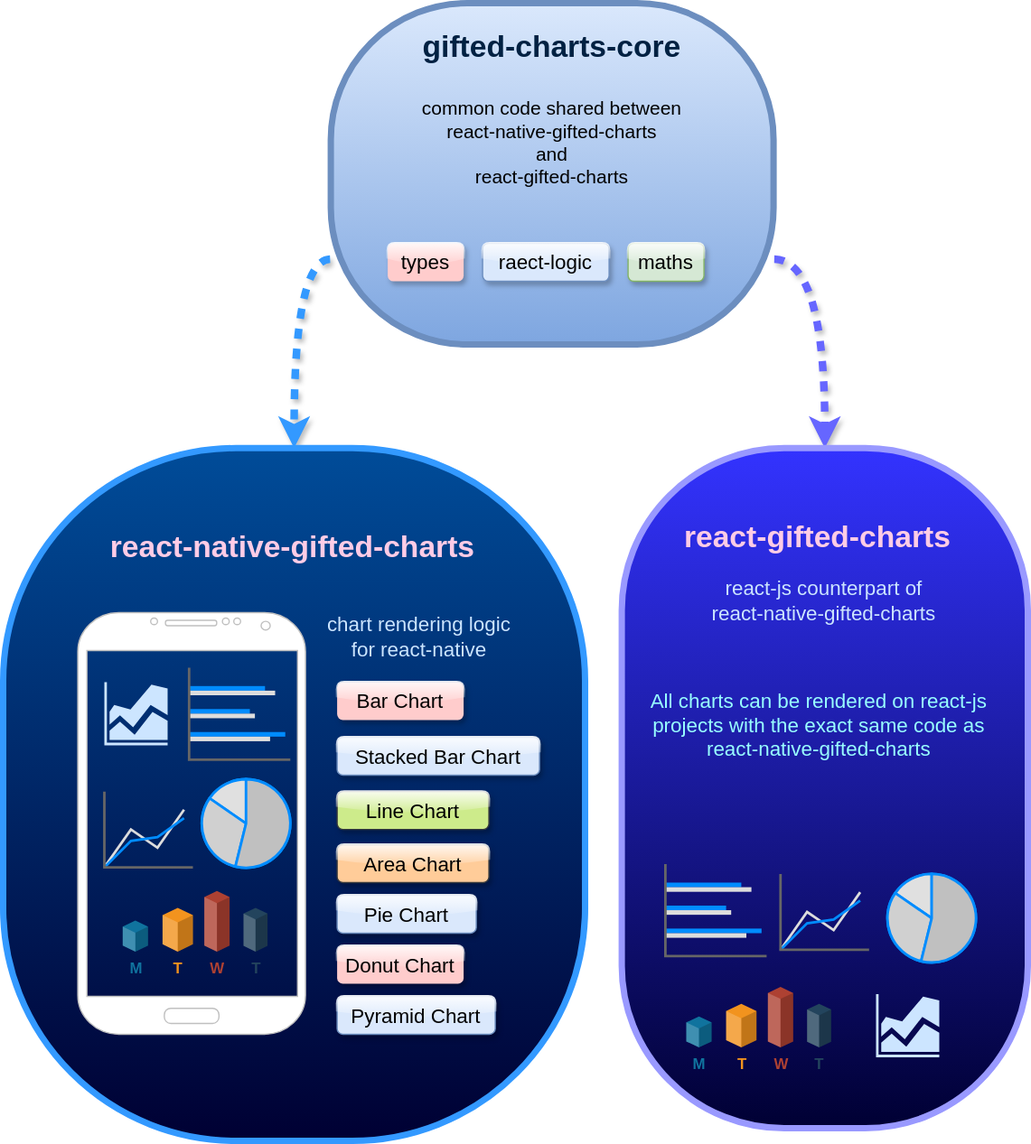
The draw.io diagram docs/dev/gifted-charts-architecture.drawio.svg in Abhinandan-Kushwaha/react-native-gifted-charts, before a commit. Source tidied: cells renumbered, new cells last; positions are measured from the earlier drawing's top-left corner, leaving out a move shared by most shapes.
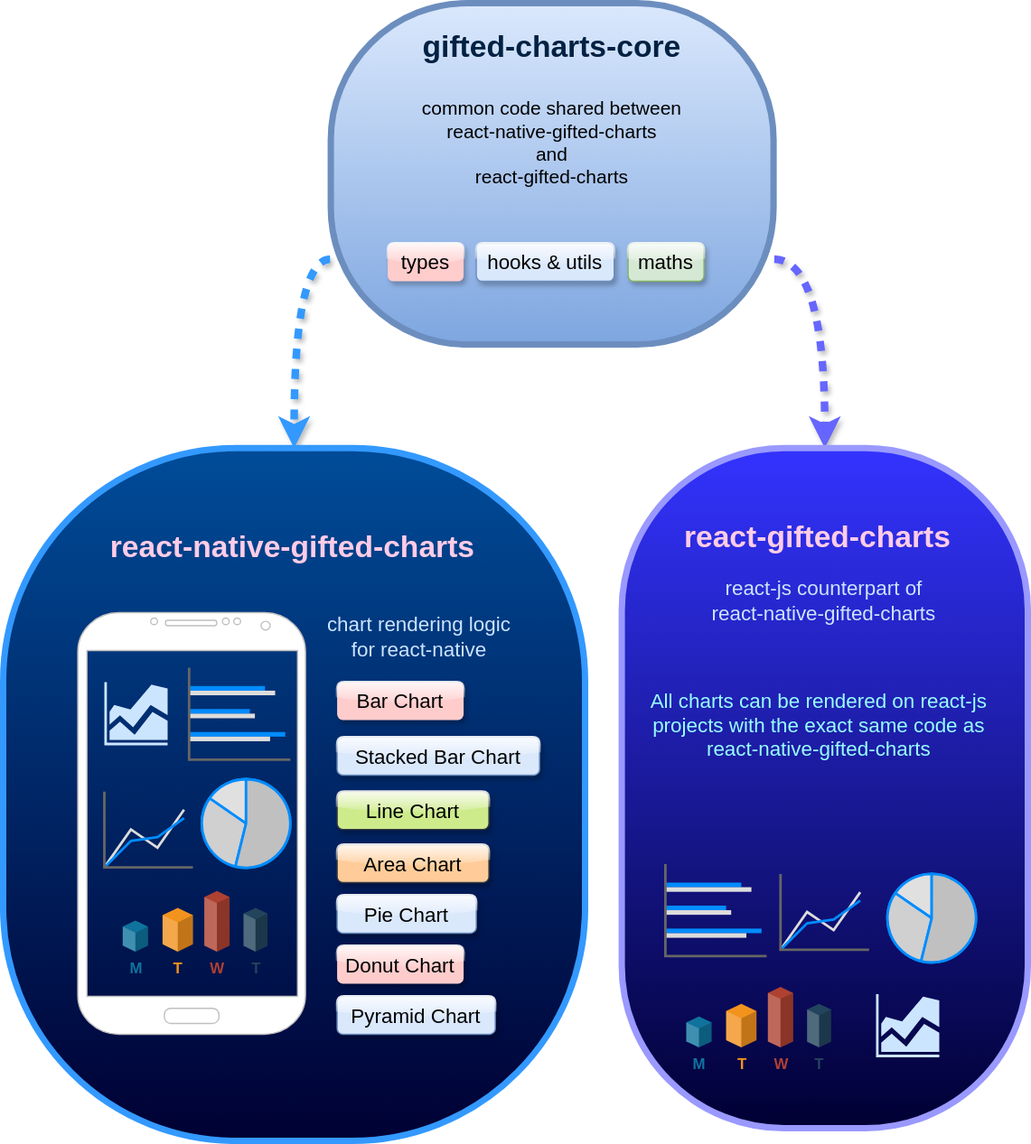
After the commit.

Change to the diagram source:
```diff
@@ -14,8 +14,8 @@
     <mxCell id="5" value="&lt;font style=&quot;font-size: 16px;&quot;&gt;types&lt;/font&gt;" style="text;html=1;align=center;verticalAlign=middle;whiteSpace=wrap;rounded=1;fillColor=#FFCCCC;glass=1;shadow=1;" parent="1" vertex="1">
       <mxGeometry x="304" y="190" width="60" height="30" as="geometry" />
     </mxCell>
-    <mxCell id="6" value="&lt;span style=&quot;font-size: 16px;&quot;&gt;raect-logic&lt;/span&gt;" style="text;html=1;align=center;verticalAlign=middle;whiteSpace=wrap;rounded=1;fillColor=#dae8fc;strokeColor=#6c8ebf;glass=1;shadow=1;" parent="1" vertex="1">
-      <mxGeometry x="379" y="190" width="100" height="30" as="geometry" />
+    <mxCell id="6" value="&lt;span style=&quot;font-size: 16px;&quot;&gt;hooks &amp;amp; utils&lt;/span&gt;" style="text;html=1;align=center;verticalAlign=middle;whiteSpace=wrap;rounded=1;fillColor=#dae8fc;strokeColor=#6c8ebf;glass=1;shadow=1;" parent="1" vertex="1">
+      <mxGeometry x="374" y="190" width="109" height="30" as="geometry" />
     </mxCell>
     <mxCell id="7" value="&lt;font style=&quot;font-size: 16px;&quot;&gt;maths&lt;/font&gt;" style="text;html=1;align=center;verticalAlign=middle;whiteSpace=wrap;rounded=1;fillColor=#d5e8d4;strokeColor=#82b366;glass=1;shadow=1;" parent="1" vertex="1">
       <mxGeometry x="494" y="190" width="60" height="30" as="geometry" />
```
